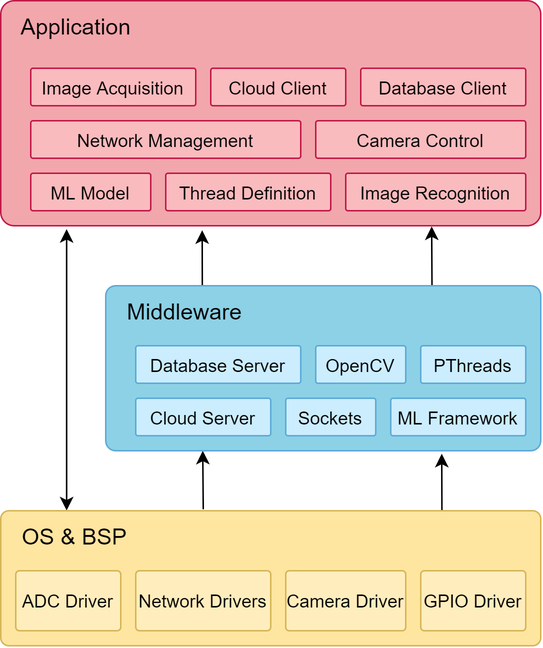
Before: 2. Analysis/4. Software Architecture/software_architecture_comp_unit.png, a diagram exported from draw.io (esrg-silent-howl/argos). Source tidied: cells renumbered, new cells last; positions are measured from the earlier drawing's top-left corner, leaving out a move shared by most shapes.
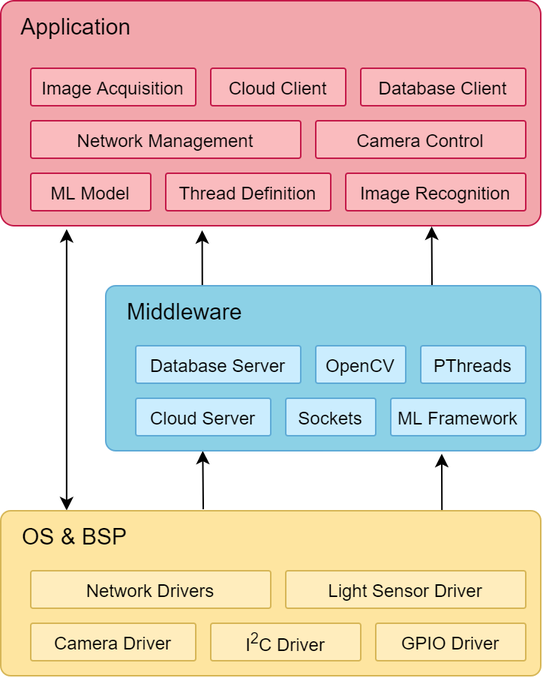
After the change.

Commit message:
FIX: Changed and cleaned up software architecture diagrams

What changed in the source:
```diff
@@ -5,22 +5,22 @@
     <mxCell id="2" value="&amp;nbsp; &amp;nbsp;Application" style="rounded=1;whiteSpace=wrap;html=1;align=left;verticalAlign=top;arcSize=6;fontSize=15;spacingTop=2;fillColor=#F2A7AC;strokeColor=#C41949;" parent="1" vertex="1">
       <mxGeometry width="360" height="150" as="geometry" />
     </mxCell>
-    <mxCell id="3" style="rounded=0;jettySize=auto;html=1;exitX=0.75;exitY=0;exitDx=0;exitDy=0;entryX=0.798;entryY=1.003;entryDx=0;entryDy=0;entryPerimeter=0;startArrow=none;startFill=0;fontSize=16;endArrow=classic;endFill=1;" parent="1" edge="1" source="7" target="2">
-      <mxGeometry relative="1" as="geometry" />
-    </mxCell>
-    <mxCell id="4" style="rounded=0;jettySize=auto;html=1;exitX=0.222;exitY=0;exitDx=0;exitDy=0;entryX=0.373;entryY=1.02;entryDx=0;entryDy=0;entryPerimeter=0;startArrow=none;startFill=0;fontSize=16;endArrow=classic;endFill=1;exitPerimeter=0;" parent="1" edge="1" source="7" target="2">
-      <mxGeometry relative="1" as="geometry" />
-    </mxCell>
-    <mxCell id="5" style="rounded=0;jettySize=auto;html=1;exitX=0.223;exitY=1;exitDx=0;exitDy=0;startArrow=classic;startFill=1;fontSize=16;endArrow=none;endFill=0;exitPerimeter=0;" parent="1" edge="1" source="7">
-      <mxGeometry relative="1" as="geometry">
-        <mxPoint x="135" y="339" as="targetPoint" />
-      </mxGeometry>
-    </mxCell>
-    <mxCell id="6" style="rounded=0;jettySize=auto;html=1;entryX=0.817;entryY=0.011;entryDx=0;entryDy=0;entryPerimeter=0;startArrow=classic;startFill=1;fontSize=16;endArrow=none;endFill=0;" parent="1" edge="1" target="9">
-      <mxGeometry relative="1" as="geometry">
-        <mxPoint x="294" y="302" as="sourcePoint" />
-      </mxGeometry>
-    </mxCell>
+    <mxCell id="28" style="rounded=0;jettySize=auto;html=1;exitX=0.75;exitY=0;exitDx=0;exitDy=0;entryX=0.798;entryY=1.003;entryDx=0;entryDy=0;entryPerimeter=0;startArrow=none;startFill=0;fontSize=16;endArrow=classic;endFill=1;" parent="1" edge="1" source="7" target="2">
+      <mxGeometry relative="1" as="geometry" />
+    </mxCell>
+    <mxCell id="29" style="rounded=0;jettySize=auto;html=1;exitX=0.222;exitY=0;exitDx=0;exitDy=0;entryX=0.373;entryY=1.02;entryDx=0;entryDy=0;entryPerimeter=0;startArrow=none;startFill=0;fontSize=16;endArrow=classic;endFill=1;exitPerimeter=0;" parent="1" edge="1" source="7" target="2">
+      <mxGeometry relative="1" as="geometry" />
+    </mxCell>
+    <mxCell id="30" style="rounded=0;jettySize=auto;html=1;exitX=0.223;exitY=1;exitDx=0;exitDy=0;startArrow=classic;startFill=1;fontSize=16;endArrow=none;endFill=0;exitPerimeter=0;" parent="1" edge="1" source="7">
+      <mxGeometry relative="1" as="geometry">
+        <mxPoint x="135" y="339" as="targetPoint" />
+      </mxGeometry>
+    </mxCell>
+    <mxCell id="31" style="rounded=0;jettySize=auto;html=1;entryX=0.817;entryY=0.011;entryDx=0;entryDy=0;entryPerimeter=0;startArrow=classic;startFill=1;fontSize=16;endArrow=none;endFill=0;" parent="1" edge="1" target="9">
+      <mxGeometry relative="1" as="geometry">
+        <mxPoint x="294" y="302" as="sourcePoint" />
+      </mxGeometry>
+    </mxCell>
     <mxCell id="7" value="&amp;nbsp; &amp;nbsp;Middleware" style="rounded=1;whiteSpace=wrap;html=1;align=left;verticalAlign=top;arcSize=6;fontSize=15;spacingTop=2;strokeColor=#5EAAD6;fillColor=#8CD1E6;" parent="1" vertex="1">
       <mxGeometry x="70" y="190" width="290" height="110" as="geometry" />
     </mxCell>
@@ -28,7 +28,7 @@
       <mxGeometry relative="1" as="geometry" />
     </mxCell>
     <mxCell id="9" value="&amp;nbsp; &amp;nbsp;OS &amp;amp; BSP" style="rounded=1;whiteSpace=wrap;html=1;align=left;verticalAlign=top;arcSize=6;fontSize=15;strokeColor=#d6b656;spacingTop=2;fillColor=#FEE5A0;" parent="1" vertex="1">
-      <mxGeometry y="340" width="360" height="90" as="geometry" />
+      <mxGeometry y="340" width="360" height="110" as="geometry" />
     </mxCell>
     <mxCell id="10" value="Image Recognition" style="rounded=1;whiteSpace=wrap;html=1;align=center;verticalAlign=middle;arcSize=6;strokeColor=#C41949;fillColor=#FABBBE;" parent="1" vertex="1">
       <mxGeometry x="230" y="115" width="120" height="25" as="geometry" />
@@ -42,18 +42,12 @@
     <mxCell id="13" value="PThreads" style="rounded=1;whiteSpace=wrap;html=1;align=center;verticalAlign=middle;arcSize=6;strokeColor=#5EAAD6;fillColor=#CBEDFE;" parent="1" vertex="1">
       <mxGeometry x="280" y="230" width="70" height="25" as="geometry" />
     </mxCell>
-    <mxCell id="14" value="GPIO Driver" style="rounded=1;whiteSpace=wrap;html=1;align=center;verticalAlign=middle;arcSize=6;strokeColor=#d6b656;fillColor=#FFEDBD;" parent="1" vertex="1">
-      <mxGeometry x="280" y="380" width="70" height="40" as="geometry" />
-    </mxCell>
     <mxCell id="15" value="Camera Driver" style="rounded=1;whiteSpace=wrap;html=1;align=center;verticalAlign=middle;arcSize=6;strokeColor=#d6b656;fillColor=#FFEDBD;" parent="1" vertex="1">
-      <mxGeometry x="190" y="380" width="80" height="40" as="geometry" />
+      <mxGeometry x="20" y="415" width="110" height="25" as="geometry" />
     </mxCell>
-    <mxCell id="16" value="Network Drivers" style="rounded=1;whiteSpace=wrap;html=1;align=center;verticalAlign=middle;arcSize=6;strokeColor=#d6b656;fillColor=#FFEDBD;" parent="1" vertex="1">
-      <mxGeometry x="90" y="380" width="90" height="40" as="geometry" />
-    </mxCell>
-    <mxCell id="17" value="ADC Driver" style="rounded=1;whiteSpace=wrap;html=1;align=center;verticalAlign=middle;arcSize=6;strokeColor=#d6b656;fillColor=#FFEDBD;" parent="1" vertex="1">
-      <mxGeometry x="10" y="380" width="70" height="40" as="geometry" />
-    </mxCell>
+    <mxCell id="32" value="I&lt;sup&gt;2&lt;/sup&gt;C Driver" style="rounded=1;whiteSpace=wrap;html=1;align=center;verticalAlign=middle;arcSize=6;strokeColor=#d6b656;fillColor=#FFEDBD;" parent="1" vertex="1">
+      <mxGeometry x="140" y="415" width="100" height="25" as="geometry" />
+    </mxCell>
     <mxCell id="18" value="Sockets" style="rounded=1;whiteSpace=wrap;html=1;align=center;verticalAlign=middle;arcSize=6;strokeColor=#5EAAD6;fillColor=#CBEDFE;" parent="1" vertex="1">
       <mxGeometry x="190" y="265" width="60" height="25" as="geometry" />
     </mxCell>
@@ -84,5 +78,14 @@
     <mxCell id="27" value="Cloud Client" style="rounded=1;whiteSpace=wrap;html=1;align=center;verticalAlign=middle;arcSize=6;strokeColor=#C41949;fillColor=#FABBBE;" parent="1" vertex="1">
       <mxGeometry x="140" y="45" width="90" height="25" as="geometry" />
     </mxCell>
+    <mxCell id="33" value="Light Sensor Driver" style="rounded=1;whiteSpace=wrap;html=1;align=center;verticalAlign=middle;arcSize=6;strokeColor=#d6b656;fillColor=#FFEDBD;" parent="1" vertex="1">
+      <mxGeometry x="190" y="380" width="160" height="25" as="geometry" />
+    </mxCell>
+    <mxCell id="16" value="Network Drivers" style="rounded=1;whiteSpace=wrap;html=1;align=center;verticalAlign=middle;arcSize=6;strokeColor=#d6b656;fillColor=#FFEDBD;" parent="1" vertex="1">
+      <mxGeometry x="20" y="380" width="160" height="25" as="geometry" />
+    </mxCell>
+    <mxCell id="14" value="GPIO Driver" style="rounded=1;whiteSpace=wrap;html=1;align=center;verticalAlign=middle;arcSize=6;strokeColor=#d6b656;fillColor=#FFEDBD;" parent="1" vertex="1">
+      <mxGeometry x="250" y="415" width="100" height="25" as="geometry" />
+    </mxCell>
   </root>
 </mxGraphModel>
```
